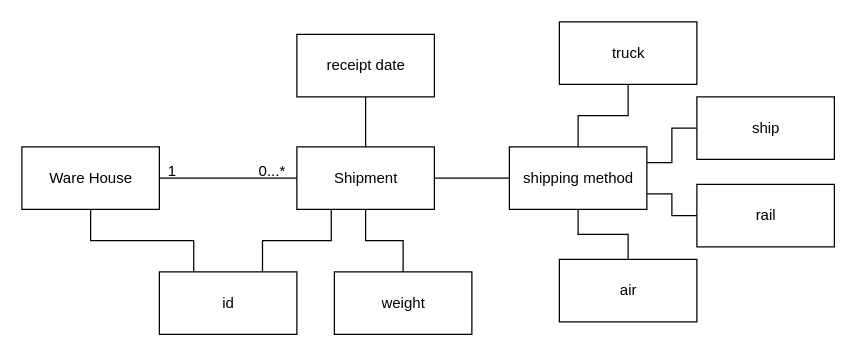
Above: documentation/Domain.drawio in konglor/GENERIC-TEAM (draw.io), before the change. Source tidied: cells renumbered, new cells numbered last; positions are measured from the earlier drawing's top-left corner, leaving out a move shared by most shapes. Both pictures are drawn from the tidied source at 125%, with x=0, y=0 at pixel (21, 21).
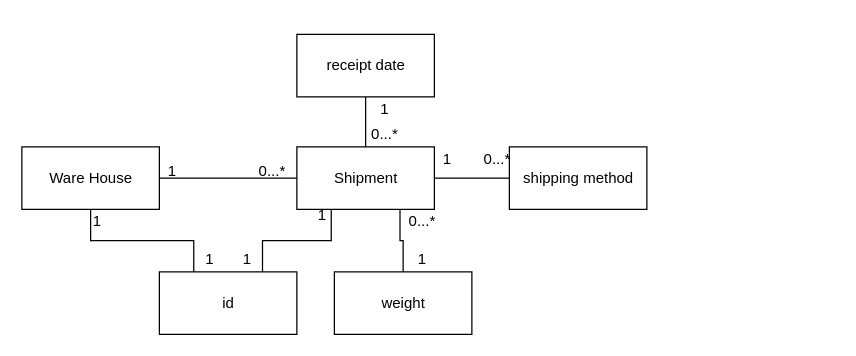
The same page after the edit.

Unchanged cells that the change refers to:
```xml
<mxCell id="4" value="Shipment" style="html=1;strokeColor=#000000;" parent="1" vertex="1">
  <mxGeometry x="220" y="100" width="110" height="50" as="geometry" />
</mxCell>
<mxCell id="8" value="weight" style="html=1;strokeColor=#000000;" parent="1" vertex="1">
  <mxGeometry x="250" y="200" width="110" height="50" as="geometry" />
</mxCell>
<mxCell id="15" value="shipping method" style="html=1;strokeColor=#000000;" parent="1" vertex="1">
  <mxGeometry x="390" y="100" width="110" height="50" as="geometry" />
</mxCell>
```

Diff of the diagram source:
```diff
@@
-    <mxCell id="7" style="edgeStyle=orthogonalEdgeStyle;rounded=0;jettySize=auto;html=1;endArrow=none;endFill=0;" parent="1" edge="1" source="8" target="4">
+    <mxCell id="7" style="edgeStyle=orthogonalEdgeStyle;rounded=0;jettySize=auto;html=1;entryX=0.75;entryY=1;entryDx=0;entryDy=0;endArrow=none;endFill=0;" parent="1" edge="1" source="8" target="4">
       <mxGeometry relative="1" as="geometry" />
     </mxCell>
@@
-    <mxCell id="13" style="edgeStyle=orthogonalEdgeStyle;rounded=0;jettySize=auto;html=1;entryX=0.5;entryY=1;entryDx=0;entryDy=0;endArrow=none;endFill=0;" parent="1" edge="1" source="15" target="18">
-      <mxGeometry relative="1" as="geometry" />
-    </mxCell>
-    <mxCell id="14" style="edgeStyle=orthogonalEdgeStyle;rounded=0;jettySize=auto;html=1;entryX=0;entryY=0.5;entryDx=0;entryDy=0;endArrow=none;endFill=0;exitX=1;exitY=0.25;exitDx=0;exitDy=0;" parent="1" edge="1" source="15" target="21">
-      <mxGeometry relative="1" as="geometry" />
-    </mxCell>
@@
-    <mxCell id="16" style="edgeStyle=orthogonalEdgeStyle;rounded=0;jettySize=auto;html=1;entryX=0.5;entryY=1;entryDx=0;entryDy=0;endArrow=none;endFill=0;" parent="1" edge="1" source="17" target="15">
-      <mxGeometry relative="1" as="geometry" />
-    </mxCell>
-    <mxCell id="17" value="air" style="html=1;strokeColor=#000000;" parent="1" vertex="1">
-      <mxGeometry x="430" y="190" width="110" height="50" as="geometry" />
-    </mxCell>
-    <mxCell id="18" value="truck" style="html=1;strokeColor=#000000;" parent="1" vertex="1">
-      <mxGeometry x="430" width="110" height="50" as="geometry" />
-    </mxCell>
-    <mxCell id="19" style="edgeStyle=orthogonalEdgeStyle;rounded=0;jettySize=auto;html=1;entryX=1;entryY=0.75;entryDx=0;entryDy=0;endArrow=none;endFill=0;" parent="1" edge="1" source="20" target="15">
-      <mxGeometry relative="1" as="geometry" />
-    </mxCell>
-    <mxCell id="20" value="rail" style="html=1;strokeColor=#000000;" parent="1" vertex="1">
-      <mxGeometry x="540" y="130" width="110" height="50" as="geometry" />
-    </mxCell>
-    <mxCell id="21" value="ship" style="html=1;strokeColor=#000000;" parent="1" vertex="1">
-      <mxGeometry x="540" y="60" width="110" height="50" as="geometry" />
-    </mxCell>
@@
+    <mxCell id="24" value="1" style="text;html=1;align=center;verticalAlign=middle;" parent="1" vertex="1">
+      <mxGeometry x="50" y="150" width="20" height="20" as="geometry" />
+    </mxCell>
+    <mxCell id="25" value="1" style="text;html=1;align=center;verticalAlign=middle;" parent="1" vertex="1">
+      <mxGeometry x="230" y="145" width="20" height="20" as="geometry" />
+    </mxCell>
+    <mxCell id="26" value="1" style="text;html=1;align=center;verticalAlign=middle;" parent="1" vertex="1">
+      <mxGeometry x="170" y="180" width="20" height="20" as="geometry" />
+    </mxCell>
+    <mxCell id="27" value="1" style="text;html=1;align=center;verticalAlign=middle;" parent="1" vertex="1">
+      <mxGeometry x="140" y="180" width="20" height="20" as="geometry" />
+    </mxCell>
+    <mxCell id="28" value="1" style="text;html=1;align=center;verticalAlign=middle;" parent="1" vertex="1">
+      <mxGeometry x="310" y="180" width="20" height="20" as="geometry" />
+    </mxCell>
+    <mxCell id="29" value="1" style="text;html=1;align=center;verticalAlign=middle;" parent="1" vertex="1">
+      <mxGeometry x="280" y="60" width="20" height="20" as="geometry" />
+    </mxCell>
+    <mxCell id="30" value="0...*" style="text;html=1;align=center;verticalAlign=middle;" parent="1" vertex="1">
+      <mxGeometry x="300" y="150" width="40" height="20" as="geometry" />
+    </mxCell>
+    <mxCell id="31" value="0...*" style="text;html=1;align=center;verticalAlign=middle;" parent="1" vertex="1">
+      <mxGeometry x="270" y="80" width="40" height="20" as="geometry" />
+    </mxCell>
+    <mxCell id="32" value="1" style="text;html=1;align=center;verticalAlign=middle;" parent="1" vertex="1">
+      <mxGeometry x="330" y="100" width="20" height="20" as="geometry" />
+    </mxCell>
+    <mxCell id="33" value="0...*" style="text;html=1;align=center;verticalAlign=middle;" parent="1" vertex="1">
+      <mxGeometry x="360" y="100" width="40" height="20" as="geometry" />
+    </mxCell>
```
